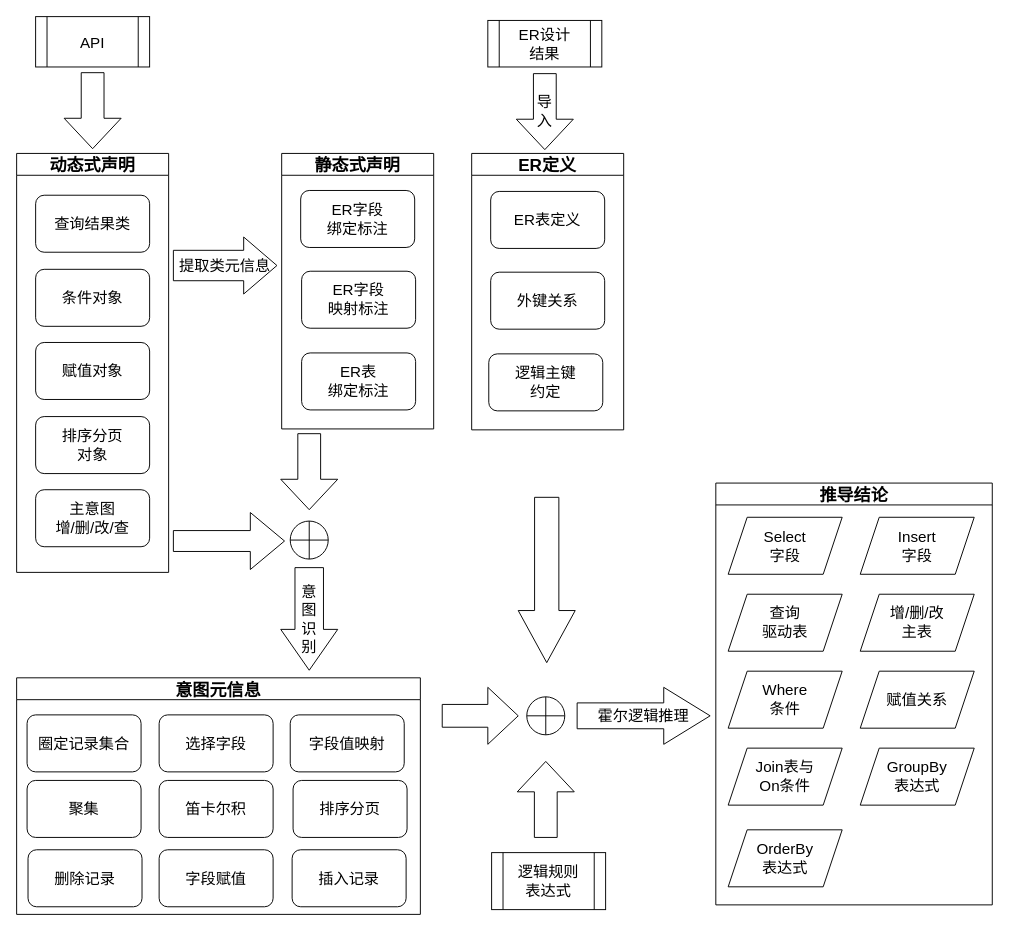
Before: SQL生成.drawio in tenyks/activiti-demo, a draw.io diagram. Source tidied: cells renumbered, new cells numbered last; positions are measured from the earlier drawing's top-left corner, leaving out a move shared by most shapes. Both pictures are drawn from the tidied source at 95%, with x=0, y=0 at pixel (16, 16).
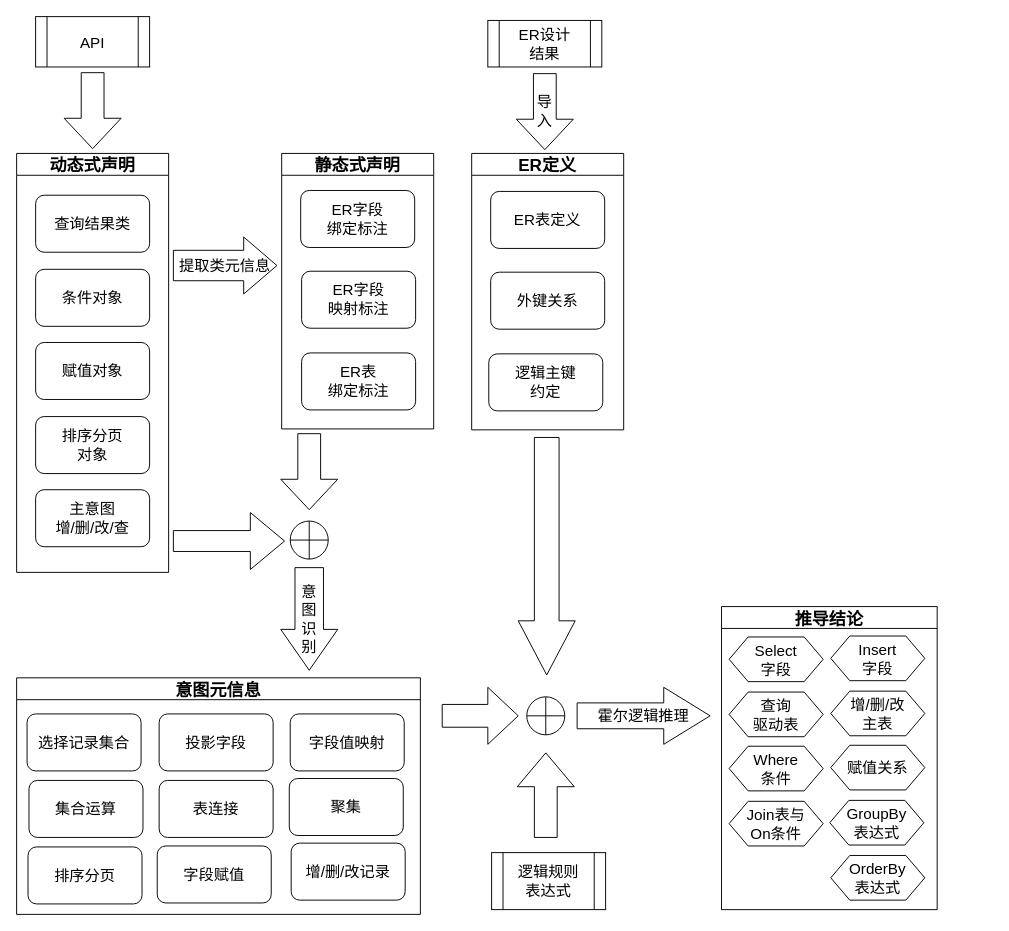
After the change.

The change refers to these unchanged cells:
```xml
<mxCell id="27" value="意图元信息" style="swimlane;fontSize=18;startSize=23;" parent="1" vertex="1">
  <mxGeometry y="696" width="425" height="249" as="geometry" />
</mxCell>
```

Diff of the diagram source:
```diff
@@
     <mxCell id="17" value="推导结论" style="swimlane;fontSize=18;" parent="1" vertex="1">
-      <mxGeometry x="736" y="491" width="291" height="444" as="geometry" />
+      <mxGeometry x="742" y="621" width="227" height="319" as="geometry" />
     </mxCell>
+    <mxCell id="25" value="&lt;span style=&quot;font-size: 16px;&quot;&gt;Select&lt;/span&gt;&lt;br style=&quot;font-size: 16px;&quot;&gt;&lt;span style=&quot;font-size: 16px;&quot;&gt;字段&lt;/span&gt;" style="shape=hexagon;perimeter=hexagonPerimeter2;whiteSpace=wrap;html=1;fixedSize=1;" parent="17" vertex="1">
+      <mxGeometry x="8" y="32" width="99" height="47" as="geometry" />
+    </mxCell>
-    <mxCell id="18" value="Insert&lt;br&gt;字段" style="shape=parallelogram;perimeter=parallelogramPerimeter;whiteSpace=wrap;html=1;fixedSize=1;fontSize=16;" parent="17" vertex="1">
-      <mxGeometry x="152" y="36" width="120" height="60" as="geometry" />
+    <mxCell id="18" value="&lt;span style=&quot;font-size: 16px;&quot;&gt;Insert&lt;/span&gt;&lt;br style=&quot;font-size: 16px;&quot;&gt;&lt;span style=&quot;font-size: 16px;&quot;&gt;字段&lt;/span&gt;" style="shape=hexagon;perimeter=hexagonPerimeter2;whiteSpace=wrap;html=1;fixedSize=1;" parent="17" vertex="1">
+      <mxGeometry x="115" y="31" width="99" height="47" as="geometry" />
     </mxCell>
+    <mxCell id="26" value="&lt;span style=&quot;font-size: 16px;&quot;&gt;查询&lt;/span&gt;&lt;br style=&quot;font-size: 16px;&quot;&gt;&lt;span style=&quot;font-size: 16px;&quot;&gt;驱动表&lt;/span&gt;" style="shape=hexagon;perimeter=hexagonPerimeter2;whiteSpace=wrap;html=1;fixedSize=1;" parent="17" vertex="1">
+      <mxGeometry x="8" y="90" width="99" height="47" as="geometry" />
+    </mxCell>
+    <mxCell id="20" value="&lt;span style=&quot;font-size: 16px;&quot;&gt;增/删/改&lt;/span&gt;&lt;br style=&quot;font-size: 16px;&quot;&gt;&lt;span style=&quot;font-size: 16px;&quot;&gt;主表&lt;/span&gt;" style="shape=hexagon;perimeter=hexagonPerimeter2;whiteSpace=wrap;html=1;fixedSize=1;" parent="17" vertex="1">
+      <mxGeometry x="115" y="89" width="99" height="47" as="geometry" />
+    </mxCell>
+    <mxCell id="22" value="&lt;span style=&quot;font-size: 16px;&quot;&gt;Where&lt;/span&gt;&lt;br style=&quot;font-size: 16px;&quot;&gt;&lt;span style=&quot;font-size: 16px;&quot;&gt;条件&lt;/span&gt;" style="shape=hexagon;perimeter=hexagonPerimeter2;whiteSpace=wrap;html=1;fixedSize=1;" parent="17" vertex="1">
+      <mxGeometry x="8" y="147" width="99" height="47" as="geometry" />
+    </mxCell>
-    <mxCell id="19" value="赋值关系" style="shape=parallelogram;perimeter=parallelogramPerimeter;whiteSpace=wrap;html=1;fixedSize=1;fontSize=16;" parent="17" vertex="1">
-      <mxGeometry x="152" y="198" width="120" height="60" as="geometry" />
+    <mxCell id="19" value="&lt;span style=&quot;font-size: 16px;&quot;&gt;赋值关系&lt;/span&gt;" style="shape=hexagon;perimeter=hexagonPerimeter2;whiteSpace=wrap;html=1;fixedSize=1;" parent="17" vertex="1">
+      <mxGeometry x="115" y="146" width="99" height="47" as="geometry" />
     </mxCell>
-    <mxCell id="20" value="增/删/改&lt;br&gt;主表" style="shape=parallelogram;perimeter=parallelogramPerimeter;whiteSpace=wrap;html=1;fixedSize=1;fontSize=16;" parent="17" vertex="1">
-      <mxGeometry x="152" y="117" width="120" height="60" as="geometry" />
-    </mxCell>
-    <mxCell id="21" value="Join表与&lt;br&gt;On条件" style="shape=parallelogram;perimeter=parallelogramPerimeter;whiteSpace=wrap;html=1;fixedSize=1;fontSize=16;" parent="17" vertex="1">
-      <mxGeometry x="13" y="279" width="120" height="60" as="geometry" />
+    <mxCell id="21" value="&lt;span style=&quot;font-size: 16px;&quot;&gt;Join表与&lt;/span&gt;&lt;br style=&quot;font-size: 16px;&quot;&gt;&lt;span style=&quot;font-size: 16px;&quot;&gt;On条件&lt;/span&gt;" style="shape=hexagon;perimeter=hexagonPerimeter2;whiteSpace=wrap;html=1;fixedSize=1;" parent="17" vertex="1">
+      <mxGeometry x="8" y="205" width="99" height="47" as="geometry" />
     </mxCell>
-    <mxCell id="22" value="Where&lt;br&gt;条件" style="shape=parallelogram;perimeter=parallelogramPerimeter;whiteSpace=wrap;html=1;fixedSize=1;fontSize=16;" parent="17" vertex="1">
-      <mxGeometry x="13" y="198" width="120" height="60" as="geometry" />
-    </mxCell>
+    <mxCell id="24" value="&lt;span style=&quot;font-size: 16px;&quot;&gt;GroupBy&lt;/span&gt;&lt;br style=&quot;font-size: 16px;&quot;&gt;&lt;span style=&quot;font-size: 16px;&quot;&gt;表达式&lt;/span&gt;" style="shape=hexagon;perimeter=hexagonPerimeter2;whiteSpace=wrap;html=1;fixedSize=1;" parent="17" vertex="1">
+      <mxGeometry x="114" y="204" width="99" height="47" as="geometry" />
+    </mxCell>
-    <mxCell id="23" value="OrderBy&lt;br&gt;表达式" style="shape=parallelogram;perimeter=parallelogramPerimeter;whiteSpace=wrap;html=1;fixedSize=1;fontSize=16;" parent="17" vertex="1">
-      <mxGeometry x="13" y="365" width="120" height="60" as="geometry" />
+    <mxCell id="23" value="&lt;span style=&quot;font-size: 16px;&quot;&gt;OrderBy&lt;/span&gt;&lt;br style=&quot;font-size: 16px;&quot;&gt;&lt;span style=&quot;font-size: 16px;&quot;&gt;表达式&lt;/span&gt;" style="shape=hexagon;perimeter=hexagonPerimeter2;whiteSpace=wrap;html=1;fixedSize=1;" parent="17" vertex="1">
+      <mxGeometry x="115" y="262" width="99" height="47" as="geometry" />
     </mxCell>
-    <mxCell id="24" value="GroupBy&lt;br&gt;表达式" style="shape=parallelogram;perimeter=parallelogramPerimeter;whiteSpace=wrap;html=1;fixedSize=1;fontSize=16;" parent="17" vertex="1">
-      <mxGeometry x="152" y="279" width="120" height="60" as="geometry" />
-    </mxCell>
-    <mxCell id="25" value="Select&lt;br&gt;字段" style="shape=parallelogram;perimeter=parallelogramPerimeter;whiteSpace=wrap;html=1;fixedSize=1;fontSize=16;" parent="17" vertex="1">
-      <mxGeometry x="13" y="36" width="120" height="60" as="geometry" />
-    </mxCell>
-    <mxCell id="26" value="查询&lt;br&gt;驱动表" style="shape=parallelogram;perimeter=parallelogramPerimeter;whiteSpace=wrap;html=1;fixedSize=1;fontSize=16;" parent="17" vertex="1">
-      <mxGeometry x="13" y="117" width="120" height="60" as="geometry" />
-    </mxCell>
@@
-    <mxCell id="28" value="选择字段" style="rounded=1;whiteSpace=wrap;html=1;fontSize=16;" parent="27" vertex="1">
-      <mxGeometry x="150" y="39" width="120" height="60" as="geometry" />
+    <mxCell id="28" value="投影字段" style="rounded=1;whiteSpace=wrap;html=1;fontSize=16;" parent="27" vertex="1">
+      <mxGeometry x="150" y="38" width="120" height="60" as="geometry" />
     </mxCell>
-    <mxCell id="29" value="圈定记录集合" style="rounded=1;whiteSpace=wrap;html=1;fontSize=16;" parent="27" vertex="1">
-      <mxGeometry x="11" y="39" width="120" height="60" as="geometry" />
+    <mxCell id="29" value="选择记录集合" style="rounded=1;whiteSpace=wrap;html=1;fontSize=16;" parent="27" vertex="1">
+      <mxGeometry x="11" y="38" width="120" height="60" as="geometry" />
     </mxCell>
     <mxCell id="30" value="字段值映射" style="rounded=1;whiteSpace=wrap;html=1;fontSize=16;" parent="27" vertex="1">
-      <mxGeometry x="288" y="39" width="120" height="60" as="geometry" />
+      <mxGeometry x="288" y="38" width="120" height="60" as="geometry" />
     </mxCell>
     <mxCell id="31" value="聚集" style="rounded=1;whiteSpace=wrap;html=1;fontSize=16;" parent="27" vertex="1">
-      <mxGeometry x="11" y="108" width="120" height="60" as="geometry" />
+      <mxGeometry x="287" y="106" width="120" height="60" as="geometry" />
     </mxCell>
     <mxCell id="32" value="排序分页" style="rounded=1;whiteSpace=wrap;html=1;fontSize=16;" parent="27" vertex="1">
-      <mxGeometry x="291" y="108" width="120" height="60" as="geometry" />
+      <mxGeometry x="12" y="178" width="120" height="60" as="geometry" />
     </mxCell>
-    <mxCell id="33" value="笛卡尔积" style="rounded=1;whiteSpace=wrap;html=1;fontSize=16;" parent="27" vertex="1">
+    <mxCell id="33" value="表连接" style="rounded=1;whiteSpace=wrap;html=1;fontSize=16;" parent="27" vertex="1">
       <mxGeometry x="150" y="108" width="120" height="60" as="geometry" />
     </mxCell>
     <mxCell id="34" value="字段赋值" style="rounded=1;whiteSpace=wrap;html=1;fontSize=16;" parent="27" vertex="1">
-      <mxGeometry x="150" y="181" width="120" height="60" as="geometry" />
+      <mxGeometry x="148" y="177" width="120" height="60" as="geometry" />
     </mxCell>
-    <mxCell id="35" value="删除记录" style="rounded=1;whiteSpace=wrap;html=1;fontSize=16;" parent="27" vertex="1">
-      <mxGeometry x="12" y="181" width="120" height="60" as="geometry" />
-    </mxCell>
-    <mxCell id="36" value="插入记录" style="rounded=1;whiteSpace=wrap;html=1;fontSize=16;" parent="27" vertex="1">
-      <mxGeometry x="290" y="181" width="120" height="60" as="geometry" />
+    <mxCell id="36" value="增/删/改记录" style="rounded=1;whiteSpace=wrap;html=1;fontSize=16;" parent="27" vertex="1">
+      <mxGeometry x="289" y="174" width="120" height="60" as="geometry" />
     </mxCell>
+    <mxCell id="51" value="集合运算" style="rounded=1;whiteSpace=wrap;html=1;fontSize=16;" parent="27" vertex="1">
+      <mxGeometry x="13" y="108" width="120" height="60" as="geometry" />
+    </mxCell>
@@
-    <mxCell id="41" style="shape=singleArrow;whiteSpace=wrap;html=1;arrowWidth=0.42594451904296876;arrowSize=0.3151368574662642;direction=south;fontSize=16;" parent="1" vertex="1">
-      <mxGeometry x="528" y="506" width="60" height="174" as="geometry" />
+    <mxCell id="41" style="shape=singleArrow;whiteSpace=wrap;html=1;arrowWidth=0.43333333333333335;arrowSize=0.228;direction=south;fontSize=16;" parent="1" vertex="1">
+      <mxGeometry x="528" y="443" width="60" height="250" as="geometry" />
     </mxCell>
@@
     <mxCell id="43" style="shape=singleArrow;whiteSpace=wrap;html=1;arrowWidth=0.4;arrowSize=0.4;direction=north;fontSize=16;" parent="1" vertex="1">
-      <mxGeometry x="527" y="784" width="60" height="80" as="geometry" />
+      <mxGeometry x="527" y="775" width="60" height="89" as="geometry" />
     </mxCell>
```
